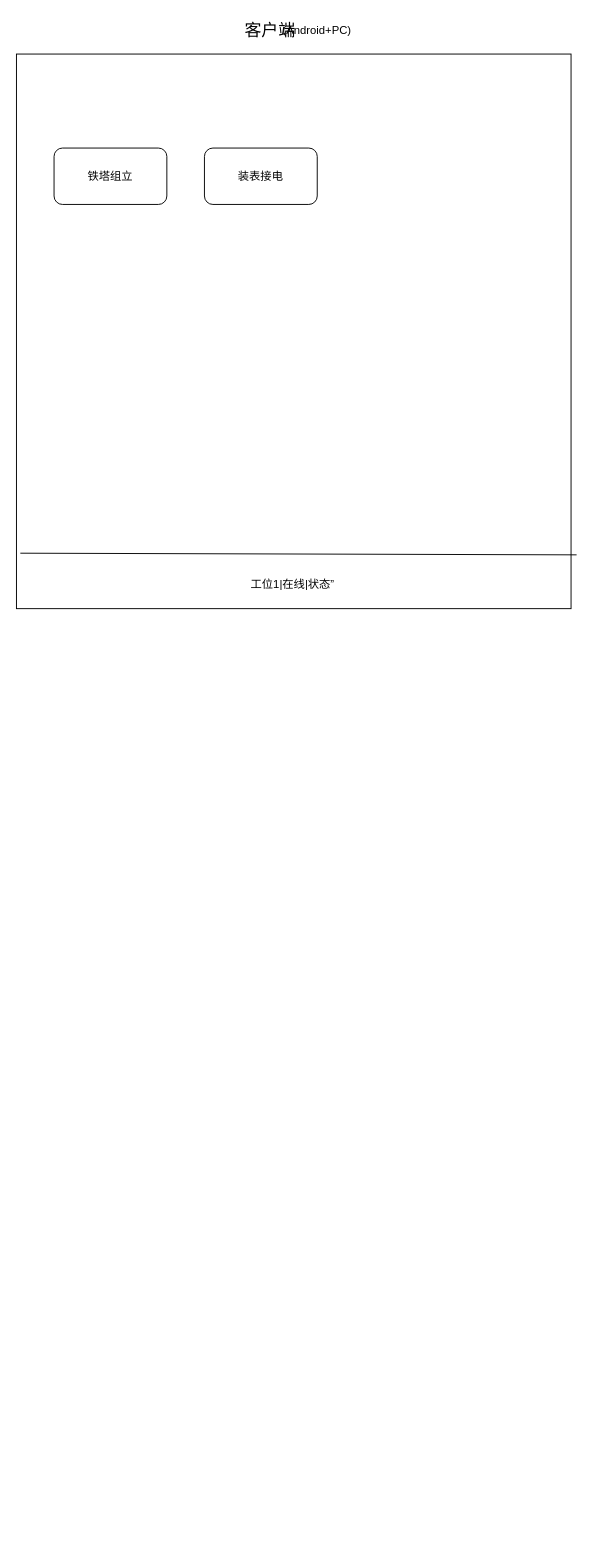
The draw.io diagram Project/集控Pico 企业版.drawio in xzp3094997376/DrawIO, before the edit. Source tidied: cells renumbered, new cells numbered last; positions are measured from the earlier drawing's top-left corner, leaving out a move shared by most shapes. Both pictures are drawn from the tidied source at 94%, with x=0, y=0 at pixel (16, 16).
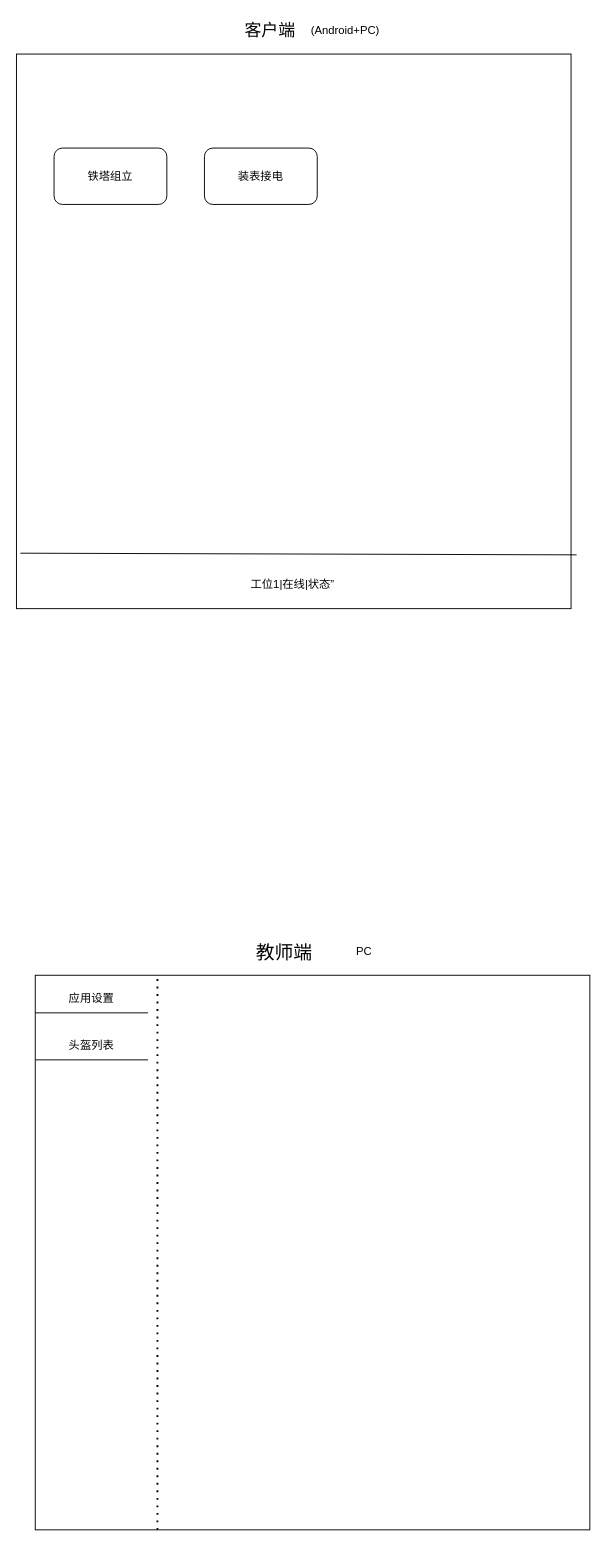
Above is the later version.

Commit message:
教师端设置.drawio

The edit, as a diff of the source:
```diff
@@
 <mxGraphModel>
   <root>
     <mxCell id="0" />
     <mxCell id="1" parent="0" />
+    <mxCell id="9" style="whiteSpace=wrap;html=1;" parent="1" vertex="1">
+      <mxGeometry x="20" y="1020" width="590" height="590" as="geometry" />
+    </mxCell>
     <mxCell id="2" style="whiteSpace=wrap;html=1;" parent="1" vertex="1">
       <mxGeometry y="40" width="590" height="590" as="geometry" />
     </mxCell>
     <mxCell id="3" value="&lt;font style=&quot;font-size: 18px;&quot;&gt;客户端&lt;/font&gt;" style="text;html=1;whiteSpace=wrap;strokeColor=none;fillColor=none;align=center;verticalAlign=middle;rounded=0;" parent="1" vertex="1">
       <mxGeometry x="240" width="60" height="30" as="geometry" />
     </mxCell>
     <mxCell id="4" value="铁塔组立" style="rounded=1;whiteSpace=wrap;html=1;" parent="1" vertex="1">
       <mxGeometry x="40" y="140" width="120" height="60" as="geometry" />
     </mxCell>
     <mxCell id="5" value="装表接电" style="rounded=1;whiteSpace=wrap;html=1;" parent="1" vertex="1">
       <mxGeometry x="200" y="140" width="120" height="60" as="geometry" />
     </mxCell>
     <mxCell id="6" value="(Android+PC)" style="text;html=1;whiteSpace=wrap;strokeColor=none;fillColor=none;align=center;verticalAlign=middle;rounded=0;" parent="1" vertex="1">
-      <mxGeometry x="290" width="60" height="30" as="geometry" />
+      <mxGeometry x="320" width="60" height="30" as="geometry" />
     </mxCell>
     <mxCell id="7" style="endArrow=none;html=1;rounded=0;exitX=0.007;exitY=0.9;exitDx=0;exitDy=0;exitPerimeter=0;entryX=1.01;entryY=0.903;entryDx=0;entryDy=0;entryPerimeter=0;" parent="1" edge="1" source="2" target="2">
       <mxGeometry relative="1" as="geometry" />
     </mxCell>
     <mxCell id="8" value="工位1|在线|状态”" style="text;html=1;whiteSpace=wrap;strokeColor=none;fillColor=none;align=center;verticalAlign=middle;rounded=0;" parent="1" vertex="1">
       <mxGeometry x="231" y="590" width="126" height="30" as="geometry" />
     </mxCell>
+    <mxCell id="10" value="教师端" style="text;html=1;whiteSpace=wrap;strokeColor=none;fillColor=none;align=center;verticalAlign=middle;rounded=0;fontSize=20;" parent="1" vertex="1">
+      <mxGeometry x="220" y="980" width="130" height="30" as="geometry" />
+    </mxCell>
+    <mxCell id="11" value="PC" style="text;html=1;whiteSpace=wrap;strokeColor=none;fillColor=none;align=center;verticalAlign=middle;rounded=0;" parent="1" vertex="1">
+      <mxGeometry x="340" y="980" width="60" height="30" as="geometry" />
+    </mxCell>
+    <mxCell id="12" style="endArrow=none;dashed=1;html=1;dashPattern=1 3;strokeWidth=2;rounded=0;" parent="1" edge="1">
+      <mxGeometry relative="1" as="geometry">
+        <mxPoint x="150" y="1610" as="sourcePoint" />
+        <mxPoint x="150" y="1020" as="targetPoint" />
+      </mxGeometry>
+    </mxCell>
+    <mxCell id="13" style="endArrow=none;html=1;rounded=0;" parent="1" edge="1">
+      <mxGeometry relative="1" as="geometry">
+        <mxPoint x="20" y="1060" as="sourcePoint" />
+        <mxPoint x="140" y="1060" as="targetPoint" />
+      </mxGeometry>
+    </mxCell>
+    <mxCell id="14" style="endArrow=none;html=1;rounded=0;" parent="1" edge="1">
+      <mxGeometry relative="1" as="geometry">
+        <mxPoint x="20" y="1110" as="sourcePoint" />
+        <mxPoint x="140" y="1110" as="targetPoint" />
+      </mxGeometry>
+    </mxCell>
+    <mxCell id="15" value="应用设置" style="text;html=1;whiteSpace=wrap;strokeColor=none;fillColor=none;align=center;verticalAlign=middle;rounded=0;" parent="1" vertex="1">
+      <mxGeometry x="50" y="1030" width="60" height="30" as="geometry" />
+    </mxCell>
+    <mxCell id="16" value="头盔列表" style="text;html=1;whiteSpace=wrap;strokeColor=none;fillColor=none;align=center;verticalAlign=middle;rounded=0;" parent="1" vertex="1">
+      <mxGeometry x="50" y="1080" width="60" height="30" as="geometry" />
+    </mxCell>
   </root>
 </mxGraphModel>
```
